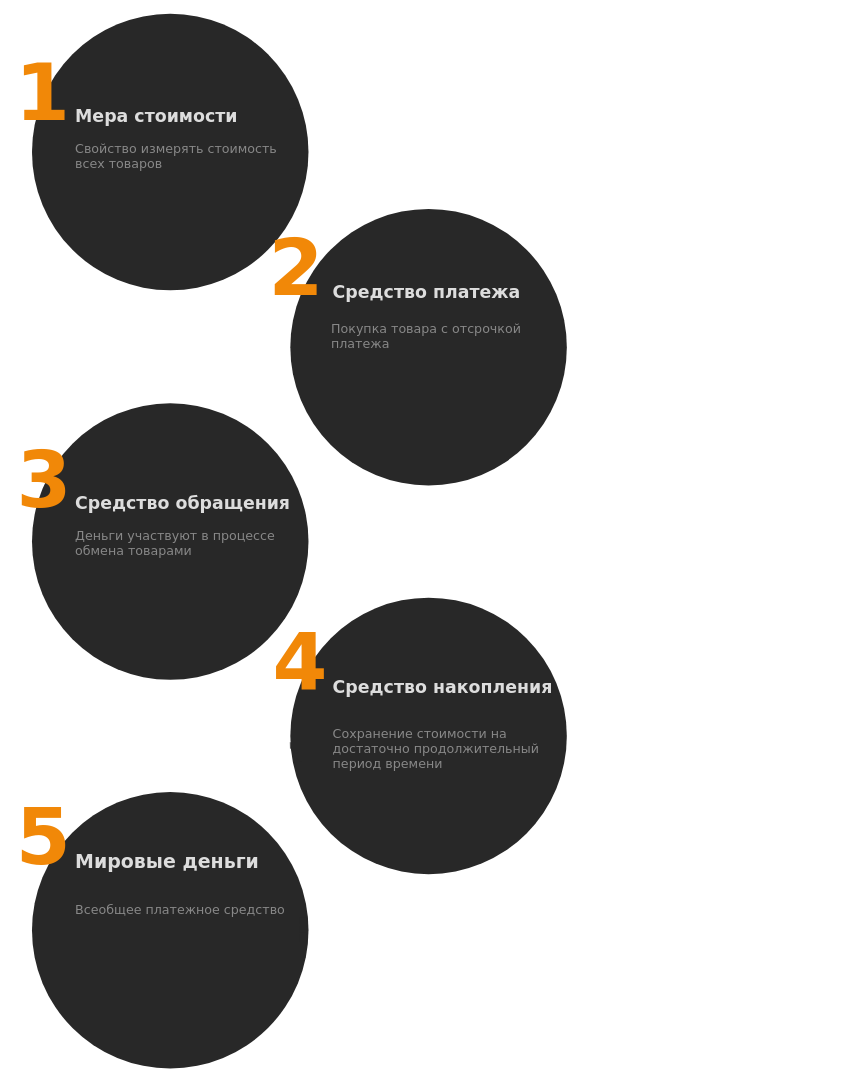
Before: Диаграмма без названия 2.drawio in isfomin/diagrams, a draw.io diagram. Source tidied: cells renumbered, new cells numbered last; positions are measured from the earlier drawing's top-left corner, leaving out a move shared by most shapes. Both pictures are drawn from the tidied source at 79%, with x=0, y=0 at pixel (13, 13).
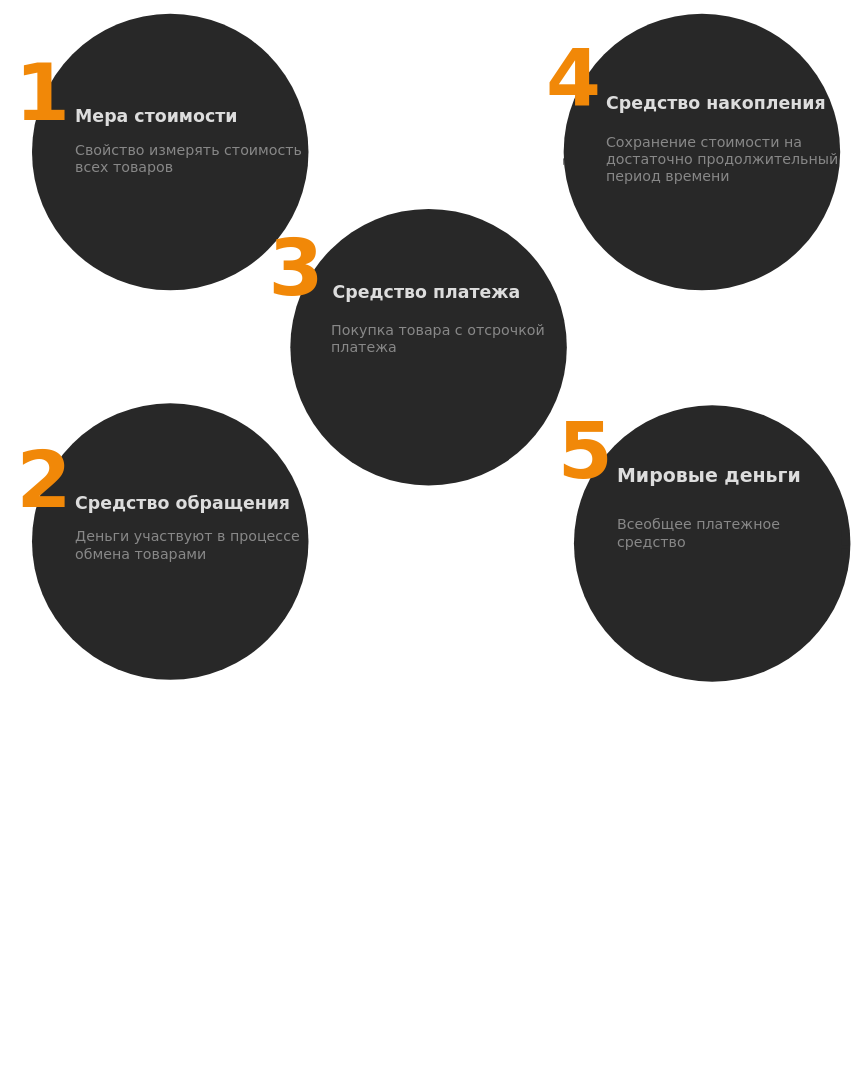
Above is the later version.

Diff of the diagram source:
```diff
@@
     <mxCell id="4" style="ellipse;whiteSpace=wrap;html=1;fontFamily=Verdana;fontSize=16;fontColor=#DDDDDD;strokeColor=none;fillColor=#282828;" parent="1" vertex="1">
-      <mxGeometry x="23" y="985" width="350" height="350" as="geometry" />
+      <mxGeometry x="709" y="495.5" width="350" height="350" as="geometry" />
     </mxCell>
     <mxCell id="5" style="ellipse;whiteSpace=wrap;html=1;fontFamily=Verdana;fontSize=16;fontColor=#DDDDDD;strokeColor=none;fillColor=#282828;" parent="1" vertex="1">
-      <mxGeometry x="350" y="739" width="350" height="350" as="geometry" />
+      <mxGeometry x="696" width="350" height="350" as="geometry" />
     </mxCell>
@@
-    <mxCell id="9" value="2" style="text;html=1;align=left;verticalAlign=top;spacingTop=-4;fontSize=100;fontFamily=Verdana;fontColor=#F18808;fontStyle=1;" parent="1" vertex="1">
-      <mxGeometry x="321" y="260" width="74" height="120" as="geometry" />
+    <mxCell id="9" value="3" style="text;html=1;align=left;verticalAlign=top;spacingTop=-4;fontSize=100;fontFamily=Verdana;fontColor=#F18808;fontStyle=1;" parent="1" vertex="1">
+      <mxGeometry x="321" y="260" width="90" height="130" as="geometry" />
     </mxCell>
-    <mxCell id="10" value="3" style="text;html=1;align=left;verticalAlign=top;spacingTop=-4;fontSize=100;fontFamily=Verdana;fontColor=#F18808;fontStyle=1;" parent="1" vertex="1">
-      <mxGeometry x="2" y="528" width="74" height="120" as="geometry" />
+    <mxCell id="10" value="2" style="text;html=1;align=left;verticalAlign=top;spacingTop=-4;fontSize=100;fontFamily=Verdana;fontColor=#F18808;fontStyle=1;" parent="1" vertex="1">
+      <mxGeometry x="2" y="528" width="90" height="130" as="geometry" />
     </mxCell>
     <mxCell id="11" value="4" style="text;html=1;align=left;verticalAlign=top;spacingTop=-4;fontSize=100;fontFamily=Verdana;fontColor=#F18808;fontStyle=1;" parent="1" vertex="1">
-      <mxGeometry x="326" y="758" width="74" height="120" as="geometry" />
+      <mxGeometry x="672" y="19" width="74" height="120" as="geometry" />
     </mxCell>
     <mxCell id="12" value="5" style="text;html=1;align=left;verticalAlign=top;spacingTop=-4;fontSize=100;fontFamily=Verdana;fontColor=#F18808;fontStyle=1;" parent="1" vertex="1">
-      <mxGeometry x="1" y="980" width="74" height="120" as="geometry" />
+      <mxGeometry x="687" y="490.5" width="74" height="120" as="geometry" />
     </mxCell>
@@
     <mxCell id="15" value="&lt;div style=&quot;line-height: 150%&quot;&gt;&lt;font style=&quot;font-size: 22px;&quot;&gt;Средство накопления&lt;/font&gt;&lt;/div&gt;" style="text;html=1;align=left;verticalAlign=top;spacingTop=-4;fontSize=24;fontFamily=Verdana;fontColor=#DDDDDD;fontStyle=1;" parent="1" vertex="1">
-      <mxGeometry x="402" y="831" width="300" height="40" as="geometry" />
+      <mxGeometry x="748" y="92" width="300" height="40" as="geometry" />
     </mxCell>
     <mxCell id="16" value="&lt;div style=&quot;line-height: 150%&quot;&gt;Мировые деньги&lt;/div&gt;" style="text;html=1;align=left;verticalAlign=top;spacingTop=-4;fontSize=24;fontFamily=Verdana;fontColor=#DDDDDD;fontStyle=1;" parent="1" vertex="1">
-      <mxGeometry x="76" y="1053" width="260" height="40" as="geometry" />
+      <mxGeometry x="762" y="563.5" width="260" height="40" as="geometry" />
     </mxCell>
-    <mxCell id="17" value="Свойство измерять стоимость&lt;br&gt;всех товаров" style="text;html=1;align=left;verticalAlign=top;spacingTop=-4;fontSize=16;fontColor=#888888;fontFamily=Verdana;" parent="1" vertex="1">
-      <mxGeometry x="76" y="159" width="270" height="50" as="geometry" />
+    <mxCell id="17" value="Свойство измерять стоимость&lt;br style=&quot;font-size: 18px;&quot;&gt;всех товаров" style="text;html=1;align=left;verticalAlign=top;spacingTop=-4;fontSize=18;fontColor=#888888;fontFamily=Verdana;" parent="1" vertex="1">
+      <mxGeometry x="76" y="159" width="300" height="50" as="geometry" />
     </mxCell>
-    <mxCell id="18" value="&lt;div&gt;Покупка товара с отсрочкой&lt;/div&gt;&lt;div&gt;платежа&lt;/div&gt;" style="text;html=1;align=left;verticalAlign=top;spacingTop=-4;fontSize=16;fontColor=#888888;fontFamily=Verdana;" parent="1" vertex="1">
-      <mxGeometry x="400" y="387" width="260" height="50" as="geometry" />
+    <mxCell id="18" value="&lt;div style=&quot;font-size: 18px;&quot;&gt;Покупка товара с отсрочкой&lt;/div&gt;&lt;div style=&quot;font-size: 18px;&quot;&gt;платежа&lt;/div&gt;" style="text;html=1;align=left;verticalAlign=top;spacingTop=-4;fontSize=18;fontColor=#888888;fontFamily=Verdana;" parent="1" vertex="1">
+      <mxGeometry x="400" y="387" width="290" height="50" as="geometry" />
     </mxCell>
-    <mxCell id="19" value="Деньги участвуют в процессе&lt;br&gt;обмена товарами" style="text;html=1;align=left;verticalAlign=top;spacingTop=-4;fontSize=16;fontColor=#888888;fontFamily=Verdana;" parent="1" vertex="1">
-      <mxGeometry x="76" y="648" width="270" height="50" as="geometry" />
+    <mxCell id="19" value="Деньги участвуют в процессе&lt;br style=&quot;font-size: 18px;&quot;&gt;обмена товарами" style="text;html=1;align=left;verticalAlign=top;spacingTop=-4;fontSize=18;fontColor=#888888;fontFamily=Verdana;" parent="1" vertex="1">
+      <mxGeometry x="76" y="648" width="300" height="50" as="geometry" />
     </mxCell>
-    <mxCell id="20" value="&lt;div style=&quot;border-color: var(--border-color);&quot;&gt;Сохранение стоимости на&lt;/div&gt;&lt;div style=&quot;border-color: var(--border-color);&quot;&gt;достаточно продолжительный&lt;/div&gt;&lt;div style=&quot;border-color: var(--border-color);&quot;&gt;период времени&lt;/div&gt;" style="text;html=1;align=left;verticalAlign=top;spacingTop=-4;fontSize=16;fontColor=#888888;fontFamily=Verdana;" parent="1" vertex="1">
-      <mxGeometry x="402" y="899" width="270" height="70" as="geometry" />
+    <mxCell id="20" value="&lt;div style=&quot;border-color: var(--border-color); font-size: 18px;&quot;&gt;Сохранение стоимости на&lt;/div&gt;&lt;div style=&quot;border-color: var(--border-color); font-size: 18px;&quot;&gt;достаточно продолжительный&lt;/div&gt;&lt;div style=&quot;border-color: var(--border-color); font-size: 18px;&quot;&gt;период времени&lt;/div&gt;" style="text;html=1;align=left;verticalAlign=top;spacingTop=-4;fontSize=18;fontColor=#888888;fontFamily=Verdana;" parent="1" vertex="1">
+      <mxGeometry x="748" y="149" width="310" height="70" as="geometry" />
     </mxCell>
-    <mxCell id="21" value="Всеобщее платежное средство" style="text;html=1;align=left;verticalAlign=top;spacingTop=-4;fontSize=16;fontColor=#888888;fontFamily=Verdana;" parent="1" vertex="1">
-      <mxGeometry x="76" y="1122" width="280" height="30" as="geometry" />
+    <mxCell id="21" value="Всеобщее платежное&lt;br&gt;средство" style="text;html=1;align=left;verticalAlign=top;spacingTop=-4;fontSize=18;fontColor=#888888;fontFamily=Verdana;" parent="1" vertex="1">
+      <mxGeometry x="762" y="632.5" width="220" height="50" as="geometry" />
     </mxCell>
     <mxCell id="22" style="whiteSpace=wrap;html=1;dashed=1;strokeColor=none;strokeWidth=1;fillColor=#282828;fontFamily=Verdana;fontSize=16;fontColor=#DDDDDD;" parent="1" vertex="1">
-      <mxGeometry x="362" y="1144" width="8" height="8" as="geometry" />
+      <mxGeometry x="1048" y="654.5" width="8" height="8" as="geometry" />
     </mxCell>
     <mxCell id="23" style="whiteSpace=wrap;html=1;dashed=1;strokeColor=none;strokeWidth=1;fillColor=#282828;fontFamily=Verdana;fontSize=16;fontColor=#DDDDDD;" parent="1" vertex="1">
-      <mxGeometry x="362" y="1155" width="8" height="8" as="geometry" />
+      <mxGeometry x="1048" y="665.5" width="8" height="8" as="geometry" />
     </mxCell>
     <mxCell id="24" style="whiteSpace=wrap;html=1;dashed=1;strokeColor=none;strokeWidth=1;fillColor=#282828;fontFamily=Verdana;fontSize=16;fontColor=#DDDDDD;" parent="1" vertex="1">
-      <mxGeometry x="362" y="1166" width="8" height="8" as="geometry" />
+      <mxGeometry x="1048" y="676.5" width="8" height="8" as="geometry" />
     </mxCell>
@@
-    <mxCell id="26" style="ellipse;whiteSpace=wrap;html=1;dashed=1;strokeColor=none;strokeWidth=1;fillColor=#282828;fontFamily=Verdana;fontSize=16;fontColor=#DDDDDD;" parent="1" vertex="1">
-      <mxGeometry x="355" y="932" width="5" height="5" as="geometry" />
-    </mxCell>
     <mxCell id="27" style="endArrow=none;html=1;strokeColor=#282828;strokeWidth=1;fontFamily=Verdana;fontSize=16;fontColor=#DDDDDD;endFill=0;" parent="1" edge="1">
       <mxGeometry relative="1" as="geometry">
-        <mxPoint x="350" y="922" as="sourcePoint" />
-        <mxPoint x="350.2" y="930.2" as="targetPoint" />
+        <mxPoint x="696" y="183" as="sourcePoint" />
+        <mxPoint x="696.2" y="191.2" as="targetPoint" />
       </mxGeometry>
     </mxCell>
-    <mxCell id="28" style="endArrow=none;html=1;strokeColor=#282828;strokeWidth=1;fontFamily=Verdana;fontSize=16;fontColor=#DDDDDD;endFill=0;" parent="1" edge="1">
-      <mxGeometry relative="1" as="geometry">
-        <mxPoint x="358" y="943" as="sourcePoint" />
-        <mxPoint x="364" y="947" as="targetPoint" />
-      </mxGeometry>
-    </mxCell>
```
